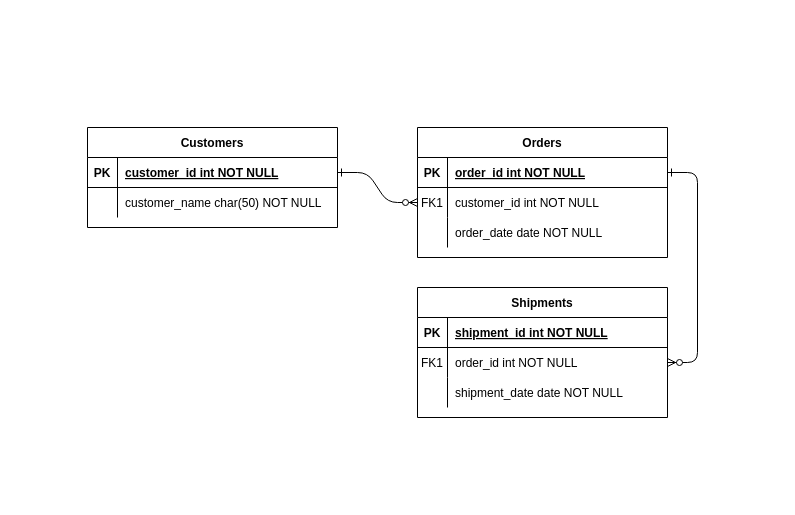
The draw.io diagram TP-1-Modelisation/exercice-1.drawio in florian-alb/administration-bdd-2025, before the edit. Source tidied: cells renumbered, new cells numbered last; positions are measured from the earlier drawing's top-left corner, leaving out a move shared by most shapes. Both pictures are drawn from the tidied source at 100%, with x=0, y=0 at pixel (87, 127).
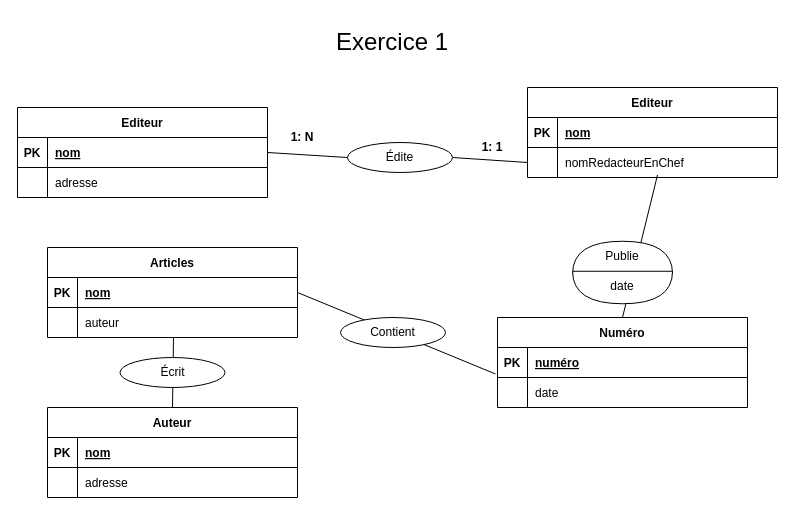
The same diagram, later.

Commit message (it also covers changes not shown here):
Mettre à jour exercice-1.drawio

The change refers to these unchanged cells:
```xml
<mxCell id="15" style="shape=partialRectangle;fillColor=none;top=0;left=0;right=0;bottom=1;" parent="14" vertex="1">
  <mxGeometry y="30" width="250" height="30" as="geometry" />
</mxCell>
<mxCell id="18" style="shape=partialRectangle;fillColor=none;points=[[0,0.5],[1,0.5]];portConstraint=eastwest;top=0;left=0;right=0;bottom=0;" parent="14" vertex="1">
  <mxGeometry y="60" width="250" height="30" as="geometry" />
</mxCell>
<mxCell id="25" style="shape=partialRectangle;fillColor=none;points=[[0,0.5],[1,0.5]];portConstraint=eastwest;top=0;left=0;right=0;bottom=1;" parent="24" vertex="1">
  <mxGeometry y="30" width="250" height="30" as="geometry" />
</mxCell>
<mxCell id="28" style="shape=partialRectangle;fillColor=none;top=0;left=0;right=0;bottom=0;" parent="24" vertex="1">
  <mxGeometry y="60" width="250" height="30" as="geometry" />
</mxCell>
```

The edit, as a diff of the source:
```diff
@@
-    <mxCell id="2" style="edgeStyle=entityRelationEdgeStyle;endArrow=ERzeroToMany;startArrow=ERone;endFill=1;startFill=0;" parent="1" edge="1" source="25" target="8">
-      <mxGeometry relative="1" as="geometry" />
-    </mxCell>
-    <mxCell id="3" style="edgeStyle=entityRelationEdgeStyle;endArrow=ERzeroToMany;startArrow=ERone;endFill=1;startFill=0;" parent="1" edge="1" source="5" target="18">
-      <mxGeometry relative="1" as="geometry" />
-    </mxCell>
-    <mxCell id="4" value="Orders" style="shape=table;startSize=30;childLayout=tableLayout;rowLines=0;fontStyle=1;align=center;" parent="1" vertex="1">
-      <mxGeometry x="330" width="250" height="130" as="geometry" />
-    </mxCell>
-    <mxCell id="5" style="shape=partialRectangle;fillColor=none;points=[[0,0.5],[1,0.5]];portConstraint=eastwest;top=0;left=0;right=0;bottom=1;" parent="4" vertex="1">
-      <mxGeometry y="30" width="250" height="30" as="geometry" />
-    </mxCell>
-    <mxCell id="6" value="PK" style="shape=partialRectangle;overflow=hidden;fillColor=none;top=0;left=0;bottom=0;right=0;fontStyle=1;" parent="5" vertex="1">
-      <mxGeometry width="30" height="30" as="geometry" />
-    </mxCell>
-    <mxCell id="7" value="order_id int NOT NULL " style="shape=partialRectangle;overflow=hidden;fillColor=none;top=0;left=0;bottom=0;right=0;align=left;spacingLeft=6;fontStyle=5;" parent="5" vertex="1">
-      <mxGeometry x="30" width="220" height="30" as="geometry" />
-    </mxCell>
-    <mxCell id="8" style="shape=partialRectangle;fillColor=none;points=[[0,0.5],[1,0.5]];portConstraint=eastwest;top=0;left=0;right=0;bottom=0;" parent="4" vertex="1">
-      <mxGeometry y="60" width="250" height="30" as="geometry" />
-    </mxCell>
-    <mxCell id="9" value="FK1" style="shape=partialRectangle;overflow=hidden;fillColor=none;top=0;left=0;bottom=0;right=0;" parent="8" vertex="1">
-      <mxGeometry width="30" height="30" as="geometry" />
-    </mxCell>
-    <mxCell id="10" value="customer_id int NOT NULL" style="shape=partialRectangle;overflow=hidden;fillColor=none;top=0;left=0;bottom=0;right=0;align=left;spacingLeft=6;" parent="8" vertex="1">
-      <mxGeometry x="30" width="220" height="30" as="geometry" />
-    </mxCell>
-    <mxCell id="11" style="shape=partialRectangle;fillColor=none;top=0;left=0;right=0;bottom=0;" parent="4" vertex="1">
-      <mxGeometry y="90" width="250" height="30" as="geometry" />
-    </mxCell>
-    <mxCell id="12" style="shape=partialRectangle;overflow=hidden;fillColor=none;top=0;left=0;bottom=0;right=0;" parent="11" vertex="1">
-      <mxGeometry width="30" height="30" as="geometry" />
-    </mxCell>
-    <mxCell id="13" value="order_date date NOT NULL" style="shape=partialRectangle;overflow=hidden;fillColor=none;top=0;left=0;bottom=0;right=0;align=left;spacingLeft=6;" parent="11" vertex="1">
-      <mxGeometry x="30" width="220" height="30" as="geometry" />
-    </mxCell>
-    <mxCell id="14" value="Shipments" style="shape=table;startSize=30;childLayout=tableLayout;rowLines=0;fontStyle=1;align=center;" parent="1" vertex="1">
-      <mxGeometry x="330" y="160" width="250" height="130" as="geometry" />
+    <mxCell id="14" value="Numéro" style="shape=table;startSize=30;childLayout=tableLayout;rowLines=0;fontStyle=1;align=center;" parent="1" vertex="1">
+      <mxGeometry x="410" y="190" width="250" height="90" as="geometry" />
     </mxCell>
@@
-    <mxCell id="17" value="shipment_id int NOT NULL " style="shape=partialRectangle;overflow=hidden;fillColor=none;top=0;left=0;bottom=0;right=0;align=left;spacingLeft=6;fontStyle=5;" parent="15" vertex="1">
+    <mxCell id="17" value="numéro" style="shape=partialRectangle;overflow=hidden;fillColor=none;top=0;left=0;bottom=0;right=0;align=left;spacingLeft=6;fontStyle=5;" parent="15" vertex="1">
       <mxGeometry x="30" width="220" height="30" as="geometry" />
     </mxCell>
@@
-    <mxCell id="19" value="FK1" style="shape=partialRectangle;overflow=hidden;fillColor=none;top=0;left=0;bottom=0;right=0;" parent="18" vertex="1">
+    <mxCell id="19" style="shape=partialRectangle;overflow=hidden;fillColor=none;top=0;left=0;bottom=0;right=0;" parent="18" vertex="1">
       <mxGeometry width="30" height="30" as="geometry" />
     </mxCell>
-    <mxCell id="20" value="order_id int NOT NULL" style="shape=partialRectangle;overflow=hidden;fillColor=none;top=0;left=0;bottom=0;right=0;align=left;spacingLeft=6;" parent="18" vertex="1">
+    <mxCell id="20" value="date" style="shape=partialRectangle;overflow=hidden;fillColor=none;top=0;left=0;bottom=0;right=0;align=left;spacingLeft=6;" parent="18" vertex="1">
       <mxGeometry x="30" width="220" height="30" as="geometry" />
     </mxCell>
-    <mxCell id="21" style="shape=partialRectangle;fillColor=none;top=0;left=0;right=0;bottom=0;" parent="14" vertex="1">
-      <mxGeometry y="90" width="250" height="30" as="geometry" />
-    </mxCell>
-    <mxCell id="22" style="shape=partialRectangle;overflow=hidden;fillColor=none;top=0;left=0;bottom=0;right=0;" parent="21" vertex="1">
-      <mxGeometry width="30" height="30" as="geometry" />
-    </mxCell>
-    <mxCell id="23" value="shipment_date date NOT NULL" style="shape=partialRectangle;overflow=hidden;fillColor=none;top=0;left=0;bottom=0;right=0;align=left;spacingLeft=6;" parent="21" vertex="1">
-      <mxGeometry x="30" width="220" height="30" as="geometry" />
-    </mxCell>
-    <mxCell id="24" value="Customers" style="shape=table;startSize=30;childLayout=tableLayout;rowLines=0;fontStyle=1;align=center;" parent="1" vertex="1">
-      <mxGeometry width="250" height="100" as="geometry" />
+    <mxCell id="24" value="Editeur" style="shape=table;startSize=30;childLayout=tableLayout;rowLines=0;fontStyle=1;align=center;" parent="1" vertex="1">
+      <mxGeometry x="-70" y="-20" width="250" height="90" as="geometry" />
     </mxCell>
@@
-    <mxCell id="27" value="customer_id int NOT NULL " style="shape=partialRectangle;overflow=hidden;fillColor=none;top=0;left=0;bottom=0;right=0;align=left;spacingLeft=6;fontStyle=5;" parent="25" vertex="1">
+    <mxCell id="27" value="nom" style="shape=partialRectangle;overflow=hidden;fillColor=none;top=0;left=0;bottom=0;right=0;align=left;spacingLeft=6;fontStyle=5;" parent="25" vertex="1">
       <mxGeometry x="30" width="220" height="30" as="geometry" />
     </mxCell>
@@
-    <mxCell id="30" value="customer_name char(50) NOT NULL" style="shape=partialRectangle;overflow=hidden;fillColor=none;top=0;left=0;bottom=0;right=0;align=left;spacingLeft=6;" parent="28" vertex="1">
+    <mxCell id="30" value="adresse" style="shape=partialRectangle;overflow=hidden;fillColor=none;top=0;left=0;bottom=0;right=0;align=left;spacingLeft=6;" parent="28" vertex="1">
       <mxGeometry x="30" width="220" height="30" as="geometry" />
     </mxCell>
+    <mxCell id="31" value="&lt;font style=&quot;font-size: 24px;&quot;&gt;Exercice 1&lt;/font&gt;" style="text;html=1;align=center;verticalAlign=middle;whiteSpace=wrap;rounded=0;" parent="1" vertex="1">
+      <mxGeometry x="225" y="-110" width="160" height="50" as="geometry" />
+    </mxCell>
+    <mxCell id="32" style="endArrow=none;html=1;rounded=0;exitX=1;exitY=0.5;exitDx=0;exitDy=0;entryX=0;entryY=0.5;entryDx=0;entryDy=0;" parent="1" edge="1" source="34" target="60">
+      <mxGeometry relative="1" as="geometry" />
+    </mxCell>
+    <mxCell id="33" style="endArrow=none;html=1;rounded=0;exitX=1;exitY=0.5;exitDx=0;exitDy=0;entryX=0;entryY=0.5;entryDx=0;entryDy=0;" parent="1" edge="1" source="25" target="34">
+      <mxGeometry relative="1" as="geometry" />
+    </mxCell>
+    <mxCell id="34" value="Édite" style="ellipse;whiteSpace=wrap;html=1;" parent="1" vertex="1">
+      <mxGeometry x="260" y="15" width="105" height="30" as="geometry" />
+    </mxCell>
+    <mxCell id="35" value="&lt;b&gt;1: N&lt;/b&gt;" style="text;html=1;align=center;verticalAlign=middle;whiteSpace=wrap;rounded=0;" parent="1" vertex="1">
+      <mxGeometry x="190" width="50" height="20" as="geometry" />
+    </mxCell>
+    <mxCell id="36" value="&lt;b&gt;1: 1&lt;/b&gt;" style="text;html=1;align=center;verticalAlign=middle;whiteSpace=wrap;rounded=0;" parent="1" vertex="1">
+      <mxGeometry x="380" y="10" width="50" height="20" as="geometry" />
+    </mxCell>
+    <mxCell id="37" style="endArrow=none;html=1;rounded=0;exitX=0.5;exitY=0;exitDx=0;exitDy=0;entryX=0.52;entryY=0.917;entryDx=0;entryDy=0;entryPerimeter=0;" parent="1" edge="1" source="14" target="60">
+      <mxGeometry relative="1" as="geometry" />
+    </mxCell>
+    <mxCell id="38" style="shape=or;whiteSpace=wrap;html=1;rotation=-90;" parent="1" vertex="1">
+      <mxGeometry x="518.8" y="80" width="32.5" height="100" as="geometry" />
+    </mxCell>
+    <mxCell id="39" style="shape=or;whiteSpace=wrap;html=1;rotation=90;" parent="1" vertex="1">
+      <mxGeometry x="518.8" y="110" width="32.5" height="100" as="geometry" />
+    </mxCell>
+    <mxCell id="40" value="Publie" style="text;html=1;align=center;verticalAlign=middle;whiteSpace=wrap;rounded=0;" parent="1" vertex="1">
+      <mxGeometry x="505" y="113.8" width="60" height="30" as="geometry" />
+    </mxCell>
+    <mxCell id="41" value="date" style="text;html=1;align=center;verticalAlign=middle;whiteSpace=wrap;rounded=0;" parent="1" vertex="1">
+      <mxGeometry x="505" y="143.8" width="60" height="30" as="geometry" />
+    </mxCell>
+    <mxCell id="42" value="Articles" style="shape=table;startSize=30;childLayout=tableLayout;rowLines=0;fontStyle=1;align=center;" parent="1" vertex="1">
+      <mxGeometry x="-40" y="120" width="250" height="90" as="geometry" />
+    </mxCell>
+    <mxCell id="43" style="shape=partialRectangle;fillColor=none;points=[[0,0.5],[1,0.5]];portConstraint=eastwest;top=0;left=0;right=0;bottom=1;" parent="42" vertex="1">
+      <mxGeometry y="30" width="250" height="30" as="geometry" />
+    </mxCell>
+    <mxCell id="44" value="PK" style="shape=partialRectangle;overflow=hidden;fillColor=none;top=0;left=0;bottom=0;right=0;fontStyle=1;" parent="43" vertex="1">
+      <mxGeometry width="30" height="30" as="geometry" />
+    </mxCell>
+    <mxCell id="45" value="nom" style="shape=partialRectangle;overflow=hidden;fillColor=none;top=0;left=0;bottom=0;right=0;align=left;spacingLeft=6;fontStyle=5;" parent="43" vertex="1">
+      <mxGeometry x="30" width="220" height="30" as="geometry" />
+    </mxCell>
+    <mxCell id="46" style="shape=partialRectangle;fillColor=none;points=[[0,0.5],[1,0.5]];portConstraint=eastwest;top=0;left=0;right=0;bottom=0;" parent="42" vertex="1">
+      <mxGeometry y="60" width="250" height="30" as="geometry" />
+    </mxCell>
+    <mxCell id="47" style="shape=partialRectangle;overflow=hidden;fillColor=none;top=0;left=0;bottom=0;right=0;" parent="46" vertex="1">
+      <mxGeometry width="30" height="30" as="geometry" />
+    </mxCell>
+    <mxCell id="48" value="auteur" style="shape=partialRectangle;overflow=hidden;fillColor=none;top=0;left=0;bottom=0;right=0;align=left;spacingLeft=6;" parent="46" vertex="1">
+      <mxGeometry x="30" width="220" height="30" as="geometry" />
+    </mxCell>
+    <mxCell id="49" value="Auteur" style="shape=table;startSize=30;childLayout=tableLayout;rowLines=0;fontStyle=1;align=center;" parent="1" vertex="1">
+      <mxGeometry x="-40" y="280" width="250" height="90" as="geometry" />
+    </mxCell>
+    <mxCell id="50" style="shape=partialRectangle;fillColor=none;top=0;left=0;right=0;bottom=1;" parent="49" vertex="1">
+      <mxGeometry y="30" width="250" height="30" as="geometry" />
+    </mxCell>
+    <mxCell id="51" value="PK" style="shape=partialRectangle;overflow=hidden;fillColor=none;top=0;left=0;bottom=0;right=0;fontStyle=1;" parent="50" vertex="1">
+      <mxGeometry width="30" height="30" as="geometry" />
+    </mxCell>
+    <mxCell id="52" value="nom" style="shape=partialRectangle;overflow=hidden;fillColor=none;top=0;left=0;bottom=0;right=0;align=left;spacingLeft=6;fontStyle=5;" parent="50" vertex="1">
+      <mxGeometry x="30" width="220" height="30" as="geometry" />
+    </mxCell>
+    <mxCell id="53" style="shape=partialRectangle;fillColor=none;top=0;left=0;right=0;bottom=0;" parent="49" vertex="1">
+      <mxGeometry y="60" width="250" height="30" as="geometry" />
+    </mxCell>
+    <mxCell id="54" style="shape=partialRectangle;overflow=hidden;fillColor=none;top=0;left=0;bottom=0;right=0;" parent="53" vertex="1">
+      <mxGeometry width="30" height="30" as="geometry" />
+    </mxCell>
+    <mxCell id="55" value="adresse" style="shape=partialRectangle;overflow=hidden;fillColor=none;top=0;left=0;bottom=0;right=0;align=left;spacingLeft=6;" parent="53" vertex="1">
+      <mxGeometry x="30" width="220" height="30" as="geometry" />
+    </mxCell>
+    <mxCell id="56" value="Editeur" style="shape=table;startSize=30;childLayout=tableLayout;rowLines=0;fontStyle=1;align=center;" parent="1" vertex="1">
+      <mxGeometry x="440" y="-40" width="250" height="90" as="geometry" />
+    </mxCell>
+    <mxCell id="57" style="shape=partialRectangle;fillColor=none;top=0;left=0;right=0;bottom=1;" parent="56" vertex="1">
+      <mxGeometry y="30" width="250" height="30" as="geometry" />
+    </mxCell>
+    <mxCell id="58" value="PK" style="shape=partialRectangle;overflow=hidden;fillColor=none;top=0;left=0;bottom=0;right=0;fontStyle=1;" parent="57" vertex="1">
+      <mxGeometry width="30" height="30" as="geometry" />
+    </mxCell>
+    <mxCell id="59" value="nom" style="shape=partialRectangle;overflow=hidden;fillColor=none;top=0;left=0;bottom=0;right=0;align=left;spacingLeft=6;fontStyle=5;" parent="57" vertex="1">
+      <mxGeometry x="30" width="220" height="30" as="geometry" />
+    </mxCell>
+    <mxCell id="60" style="shape=partialRectangle;fillColor=none;points=[[0,0.5],[1,0.5]];portConstraint=eastwest;top=0;left=0;right=0;bottom=0;" parent="56" vertex="1">
+      <mxGeometry y="60" width="250" height="30" as="geometry" />
+    </mxCell>
+    <mxCell id="61" style="shape=partialRectangle;overflow=hidden;fillColor=none;top=0;left=0;bottom=0;right=0;" parent="60" vertex="1">
+      <mxGeometry width="30" height="30" as="geometry" />
+    </mxCell>
+    <mxCell id="62" value="nomRedacteurEnChef" style="shape=partialRectangle;overflow=hidden;fillColor=none;top=0;left=0;bottom=0;right=0;align=left;spacingLeft=6;" parent="60" vertex="1">
+      <mxGeometry x="30" width="220" height="30" as="geometry" />
+    </mxCell>
+    <mxCell id="63" style="endArrow=none;html=1;rounded=0;exitX=0.504;exitY=0.983;exitDx=0;exitDy=0;exitPerimeter=0;entryX=0.5;entryY=0;entryDx=0;entryDy=0;" parent="1" edge="1" source="46" target="49">
+      <mxGeometry relative="1" as="geometry" />
+    </mxCell>
+    <mxCell id="64" value="Écrit" style="ellipse;whiteSpace=wrap;html=1;" parent="1" vertex="1">
+      <mxGeometry x="32.5" y="230" width="105" height="30" as="geometry" />
+    </mxCell>
+    <mxCell id="65" style="endArrow=none;html=1;rounded=0;entryX=-0.008;entryY=-0.117;entryDx=0;entryDy=0;entryPerimeter=0;exitX=1;exitY=0.5;exitDx=0;exitDy=0;" parent="1" edge="1" source="43" target="18">
+      <mxGeometry relative="1" as="geometry" />
+    </mxCell>
+    <mxCell id="66" value="Contient" style="ellipse;whiteSpace=wrap;html=1;" parent="1" vertex="1">
+      <mxGeometry x="253" y="190" width="105" height="30" as="geometry" />
+    </mxCell>
```
